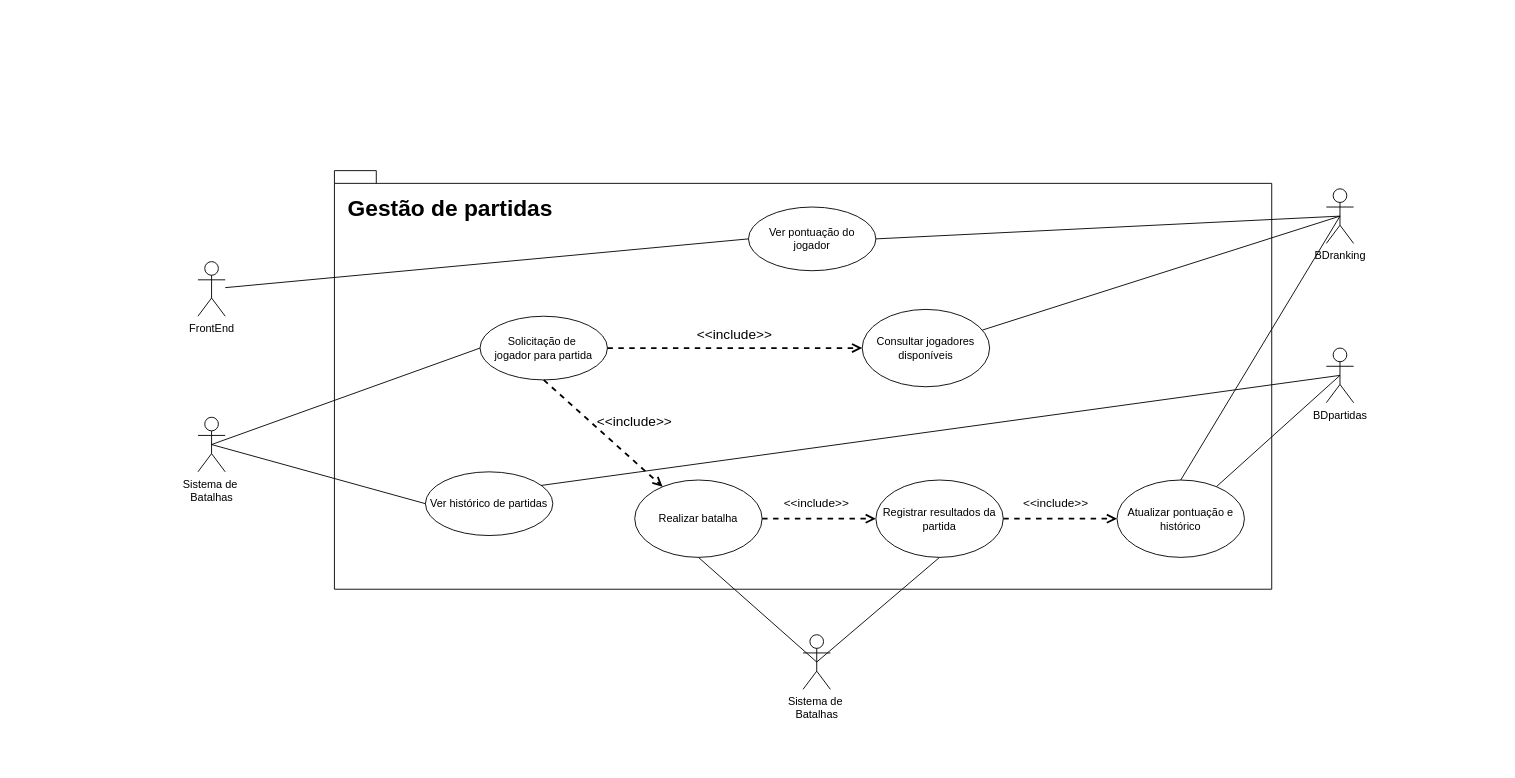
Above: page "Página-1" (1 of 2) of docs/Entrega1/Diagrama Caso de Uso.drawio in S03-2026-2/gerenciador-de-partidas (draw.io), before the change. Source tidied: cells renumbered, new cells numbered last; positions are measured from the earlier drawing's top-left corner, leaving out a move shared by most shapes. Both pictures are drawn from the tidied source at 91%, with x=0, y=0 at pixel (197, 170).
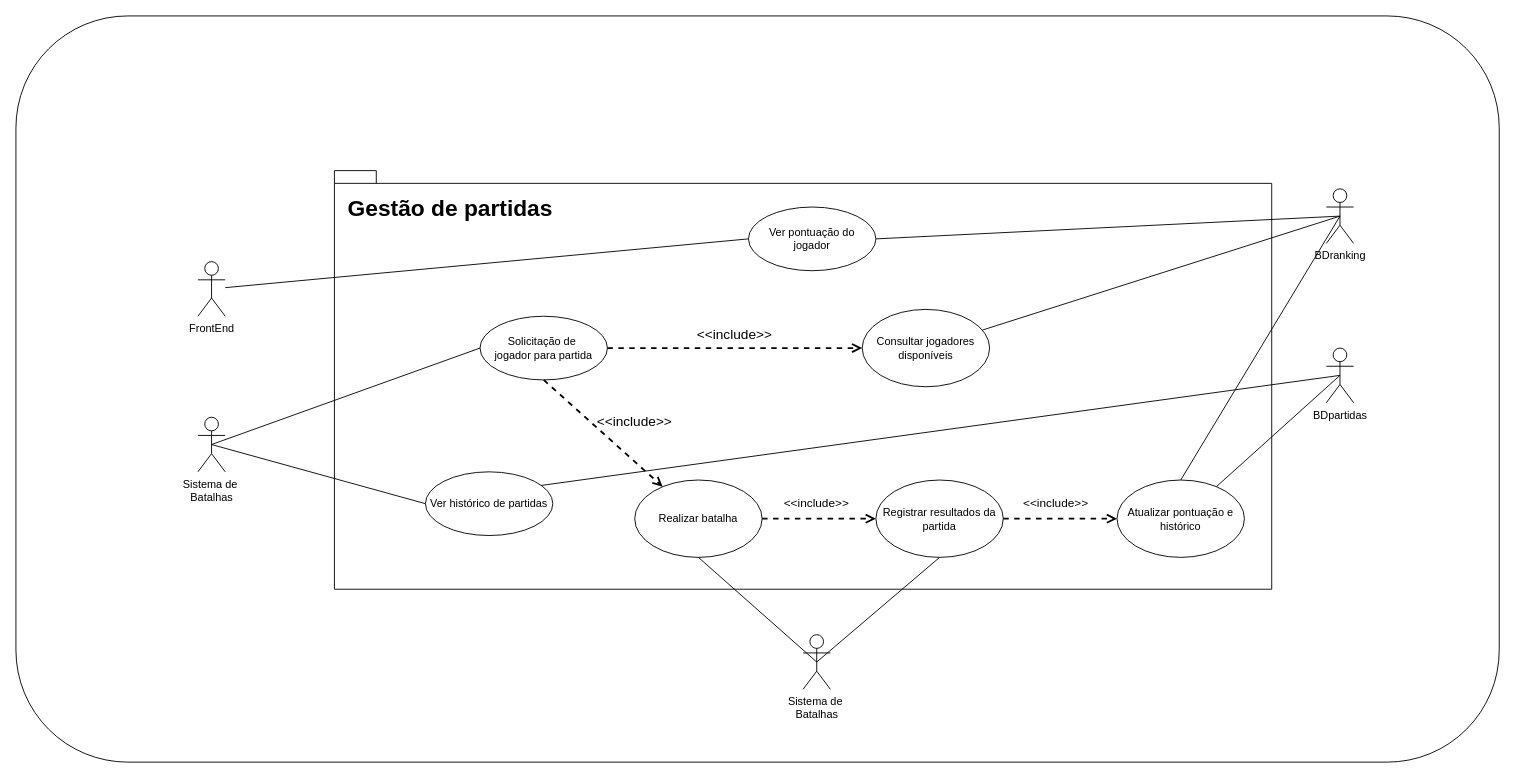
After the change.

The edit, as a diff of the source:
```diff
@@
+    <mxCell id="35" style="rounded=1;whiteSpace=wrap;html=1;" parent="1" vertex="1">
+      <mxGeometry x="-200" y="-170" width="1630" height="820" as="geometry" />
+    </mxCell>
```
